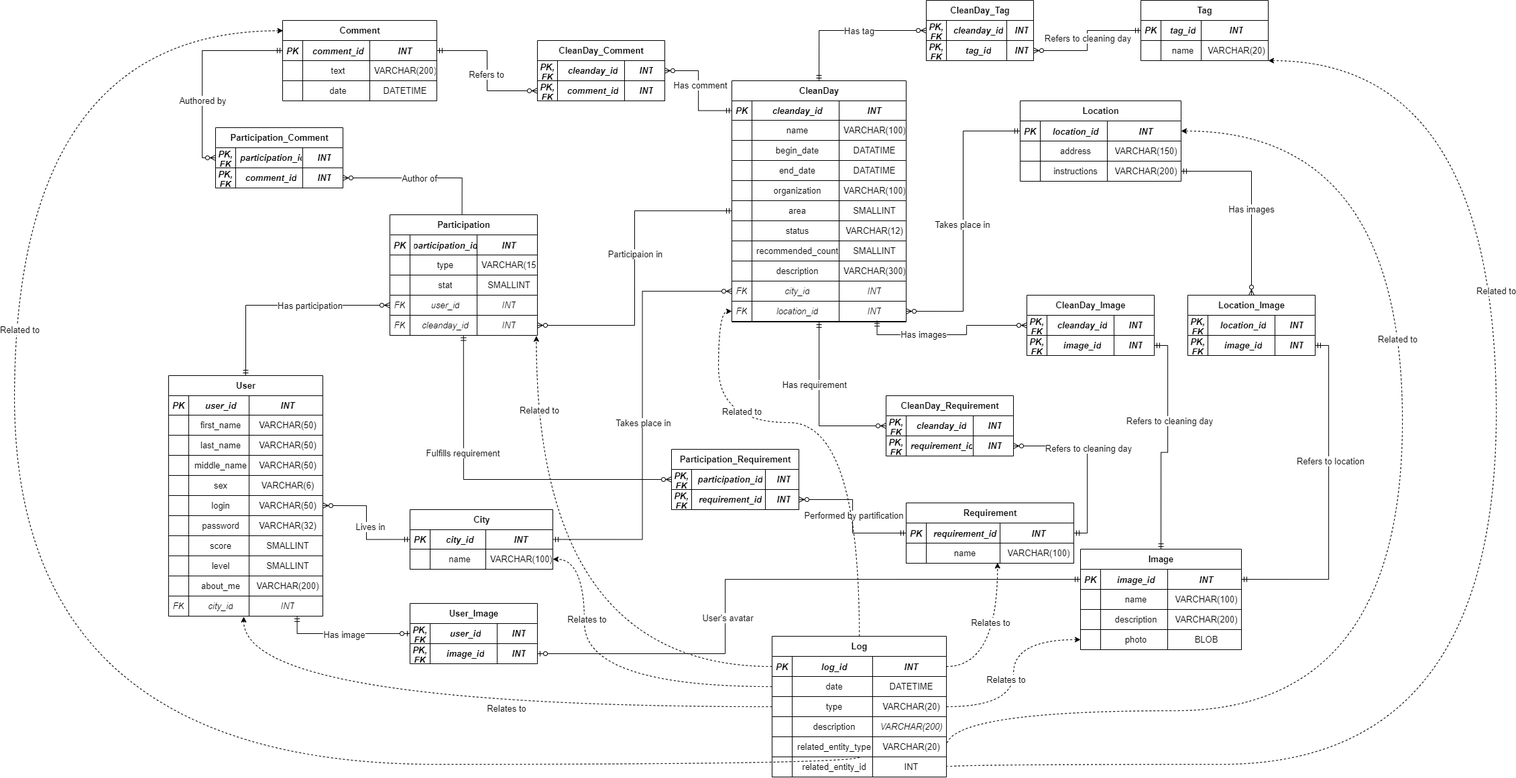
moevm/nosql1h25-cleanday keeps this draw.io diagram as db_model/sql_db_diagram.png. Above is the earlier version. Source tidied: cells renumbered, new cells last; positions are measured from the earlier drawing's top-left corner, leaving out a move shared by most shapes.
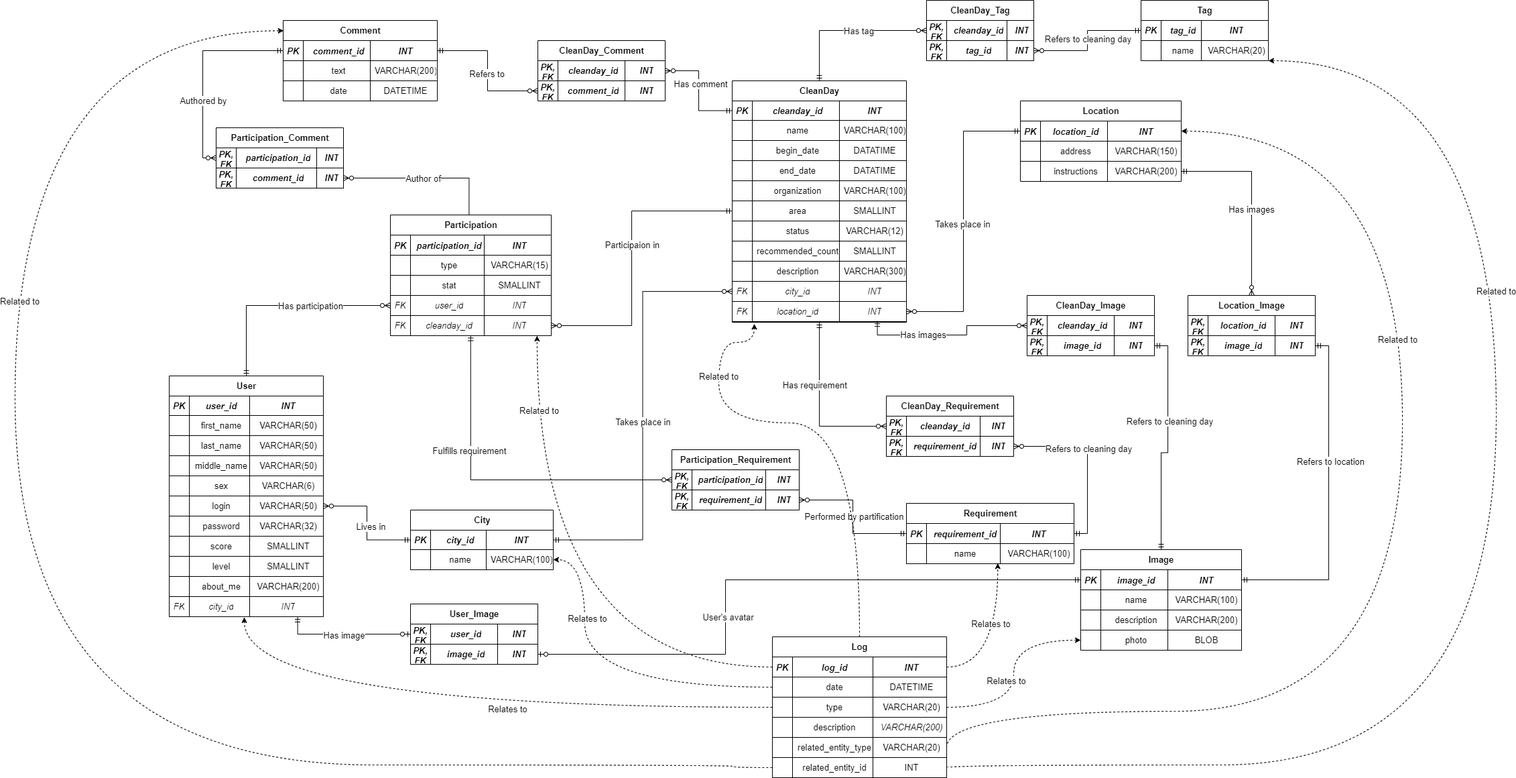
The same file after the commit.

Commit message:
fix(sql): visual fixes

Change to the diagram source:
```diff
@@ -168,67 +168,67 @@
       <mxGeometry x="-0.33" y="-2" relative="1" as="geometry" />
     </mxCell>
     <mxCell id="55" value="&lt;b style=&quot;font-size: 13px;&quot;&gt;&lt;font style=&quot;font-size: 13px;&quot;&gt;Participation&lt;/font&gt;&lt;/b&gt;" style="shape=table;startSize=30;rowLines=0;fontStyle=0;align=center;html=1;fontSize=13;" parent="1" vertex="1">
-      <mxGeometry x="560" y="320" width="220" height="180" as="geometry" />
+      <mxGeometry x="560" y="320" width="240" height="180" as="geometry" />
     </mxCell>
     <mxCell id="56" style="shape=tableRow;horizontal=0;startSize=0;swimlaneHead=0;swimlaneBody=0;fillColor=none;top=0;left=0;right=0;bottom=0;fontSize=13;" parent="55" vertex="1">
-      <mxGeometry y="30" width="220" height="30" as="geometry" />
+      <mxGeometry y="30" width="240" height="30" as="geometry" />
     </mxCell>
     <mxCell id="57" value="PK" style="shape=partialRectangle;fillColor=none;top=1;left=0;bottom=1;right=0;overflow=hidden;strokeWidth=1;fontStyle=3;fontSize=13;" parent="56" vertex="1">
       <mxGeometry width="30" height="30" as="geometry" />
     </mxCell>
     <mxCell id="58" value="participation_id" style="shape=partialRectangle;fillColor=none;top=1;left=0;bottom=1;right=0;align=center;spacingLeft=6;overflow=hidden;strokeWidth=1;fontStyle=3;fontSize=13;" parent="56" vertex="1">
-      <mxGeometry x="30" width="100" height="30" as="geometry" />
+      <mxGeometry x="30" width="110" height="30" as="geometry" />
     </mxCell>
     <mxCell id="59" value="INT" style="shape=partialRectangle;fillColor=none;top=1;left=0;bottom=1;right=0;align=center;spacingLeft=6;overflow=hidden;strokeWidth=1;fontStyle=3;fontSize=13;" parent="56" vertex="1">
-      <mxGeometry x="130" width="90" height="30" as="geometry" />
+      <mxGeometry x="140" width="100" height="30" as="geometry" />
     </mxCell>
     <mxCell id="60" style="shape=tableRow;horizontal=0;startSize=0;swimlaneHead=0;swimlaneBody=0;fillColor=none;top=0;left=0;right=0;bottom=1;fontSize=13;" parent="55" vertex="1">
-      <mxGeometry y="60" width="220" height="30" as="geometry" />
+      <mxGeometry y="60" width="240" height="30" as="geometry" />
     </mxCell>
     <mxCell id="61" style="shape=partialRectangle;fillColor=none;top=1;left=0;bottom=1;right=0;fontStyle=0;overflow=hidden;whiteSpace=wrap;html=1;strokeWidth=1;fontSize=13;" parent="60" vertex="1">
       <mxGeometry width="30" height="30" as="geometry" />
     </mxCell>
     <mxCell id="62" value="type" style="shape=partialRectangle;fillColor=none;top=1;left=0;bottom=1;right=0;align=center;spacingLeft=6;fontStyle=0;overflow=hidden;whiteSpace=wrap;html=1;strokeWidth=1;fontSize=13;" parent="60" vertex="1">
-      <mxGeometry x="30" width="100" height="30" as="geometry" />
+      <mxGeometry x="30" width="110" height="30" as="geometry" />
     </mxCell>
     <mxCell id="63" value="VARCHAR(15)" style="shape=partialRectangle;fillColor=none;top=1;left=0;bottom=1;right=0;align=center;spacingLeft=6;fontStyle=0;overflow=hidden;whiteSpace=wrap;html=1;strokeWidth=1;fontSize=13;" parent="60" vertex="1">
-      <mxGeometry x="130" width="90" height="30" as="geometry" />
+      <mxGeometry x="140" width="100" height="30" as="geometry" />
     </mxCell>
     <mxCell id="64" style="shape=tableRow;horizontal=0;startSize=0;swimlaneHead=0;swimlaneBody=0;fillColor=none;top=0;left=0;right=0;bottom=0;fontStyle=1;fontSize=13;" parent="55" vertex="1">
-      <mxGeometry y="90" width="220" height="30" as="geometry" />
+      <mxGeometry y="90" width="240" height="30" as="geometry" />
     </mxCell>
     <mxCell id="65" style="shape=partialRectangle;fillColor=none;top=0;left=0;bottom=0;right=0;overflow=hidden;whiteSpace=wrap;html=1;fontStyle=0;fontSize=13;" parent="64" vertex="1">
       <mxGeometry width="30" height="30" as="geometry" />
     </mxCell>
     <mxCell id="66" value="stat" style="shape=partialRectangle;fillColor=none;top=0;left=0;bottom=0;right=0;align=center;spacingLeft=6;overflow=hidden;whiteSpace=wrap;html=1;fontStyle=0;fontSize=13;" parent="64" vertex="1">
-      <mxGeometry x="30" width="100" height="30" as="geometry" />
+      <mxGeometry x="30" width="110" height="30" as="geometry" />
     </mxCell>
     <mxCell id="67" value="SMALLINT" style="shape=partialRectangle;fillColor=none;top=0;left=0;bottom=0;right=0;align=center;spacingLeft=6;overflow=hidden;whiteSpace=wrap;html=1;fontStyle=0;fontSize=13;" parent="64" vertex="1">
-      <mxGeometry x="130" width="90" height="30" as="geometry" />
+      <mxGeometry x="140" width="100" height="30" as="geometry" />
     </mxCell>
     <mxCell id="68" style="shape=tableRow;horizontal=0;startSize=0;swimlaneHead=0;swimlaneBody=0;fillColor=none;points=[[0,0.5],[1,0.5]];portConstraint=eastwest;top=0;left=0;right=0;bottom=1;fontSize=13;" parent="55" vertex="1">
-      <mxGeometry y="120" width="220" height="30" as="geometry" />
+      <mxGeometry y="120" width="240" height="30" as="geometry" />
     </mxCell>
     <mxCell id="69" value="FK" style="shape=partialRectangle;fillColor=none;top=1;left=0;bottom=1;right=0;fontStyle=2;overflow=hidden;whiteSpace=wrap;html=1;strokeWidth=1;fontSize=13;" parent="68" vertex="1">
       <mxGeometry width="30" height="30" as="geometry" />
     </mxCell>
     <mxCell id="70" value="user_id" style="shape=partialRectangle;fillColor=none;top=1;left=0;bottom=1;right=0;align=center;spacingLeft=6;fontStyle=2;overflow=hidden;whiteSpace=wrap;html=1;strokeWidth=1;fontSize=13;" parent="68" vertex="1">
-      <mxGeometry x="30" width="100" height="30" as="geometry" />
+      <mxGeometry x="30" width="110" height="30" as="geometry" />
     </mxCell>
     <mxCell id="71" value="INT" style="shape=partialRectangle;fillColor=none;top=1;left=0;bottom=1;right=0;align=center;spacingLeft=6;fontStyle=2;overflow=hidden;whiteSpace=wrap;html=1;strokeWidth=1;fontSize=13;" parent="68" vertex="1">
-      <mxGeometry x="130" width="90" height="30" as="geometry" />
+      <mxGeometry x="140" width="100" height="30" as="geometry" />
     </mxCell>
     <mxCell id="72" style="shape=tableRow;horizontal=0;startSize=0;swimlaneHead=0;swimlaneBody=0;fillColor=none;points=[[0,0.5],[1,0.5]];portConstraint=eastwest;top=0;left=0;right=0;bottom=1;fontSize=13;" parent="55" vertex="1">
-      <mxGeometry y="150" width="220" height="30" as="geometry" />
+      <mxGeometry y="150" width="240" height="30" as="geometry" />
     </mxCell>
     <mxCell id="73" value="FK" style="shape=partialRectangle;fillColor=none;top=1;left=0;bottom=1;right=0;fontStyle=2;overflow=hidden;whiteSpace=wrap;html=1;strokeWidth=1;fontSize=13;" parent="72" vertex="1">
       <mxGeometry width="30" height="30" as="geometry" />
     </mxCell>
     <mxCell id="74" value="cleanday_id" style="shape=partialRectangle;fillColor=none;top=1;left=0;bottom=1;right=0;align=center;spacingLeft=6;fontStyle=2;overflow=hidden;whiteSpace=wrap;html=1;strokeWidth=1;fontSize=13;" parent="72" vertex="1">
-      <mxGeometry x="30" width="100" height="30" as="geometry" />
+      <mxGeometry x="30" width="110" height="30" as="geometry" />
     </mxCell>
     <mxCell id="75" value="INT" style="shape=partialRectangle;fillColor=none;top=1;left=0;bottom=1;right=0;align=center;spacingLeft=6;fontStyle=2;overflow=hidden;whiteSpace=wrap;html=1;strokeWidth=1;fontSize=13;" parent="72" vertex="1">
-      <mxGeometry x="130" width="90" height="30" as="geometry" />
+      <mxGeometry x="140" width="100" height="30" as="geometry" />
     </mxCell>
     <mxCell id="76" value="&lt;span style=&quot;font-size: 13px;&quot;&gt;&lt;font style=&quot;font-size: 13px;&quot;&gt;Participation_Requirement&lt;/font&gt;&lt;/span&gt;" style="shape=table;startSize=30;rowLines=0;fontStyle=1;align=center;html=1;fontSize=13;" parent="1" vertex="1">
       <mxGeometry x="980" y="670" width="190" height="90" as="geometry" />
@@ -587,10 +587,10 @@
       <mxGeometry width="30" height="30" as="geometry" />
     </mxCell>
     <mxCell id="194" value="cleanday_id" style="shape=partialRectangle;fillColor=none;top=1;left=0;bottom=1;right=0;align=center;spacingLeft=6;fontStyle=3;overflow=hidden;whiteSpace=wrap;html=1;strokeWidth=1;fontSize=13;" parent="192" vertex="1">
-      <mxGeometry x="30" width="100" height="30" as="geometry" />
+      <mxGeometry x="30" width="110" height="30" as="geometry" />
     </mxCell>
     <mxCell id="195" value="INT" style="shape=partialRectangle;fillColor=none;top=1;left=0;bottom=1;right=0;align=center;spacingLeft=6;fontStyle=3;overflow=hidden;whiteSpace=wrap;html=1;strokeWidth=1;fontSize=13;" parent="192" vertex="1">
-      <mxGeometry x="130" width="60" height="30" as="geometry" />
+      <mxGeometry x="140" width="50" height="30" as="geometry" />
     </mxCell>
     <mxCell id="196" style="shape=tableRow;horizontal=0;startSize=0;swimlaneHead=0;swimlaneBody=0;fillColor=none;points=[[0,0.5],[1,0.5]];portConstraint=eastwest;top=0;left=0;right=0;bottom=1;fontSize=13;" parent="191" vertex="1">
       <mxGeometry y="60" width="190" height="30" as="geometry" />
@@ -599,10 +599,10 @@
       <mxGeometry width="30" height="30" as="geometry" />
     </mxCell>
     <mxCell id="198" value="requirement_id" style="shape=partialRectangle;fillColor=none;top=1;left=0;bottom=1;right=0;align=center;spacingLeft=6;fontStyle=3;overflow=hidden;whiteSpace=wrap;html=1;strokeWidth=1;fontSize=13;" parent="196" vertex="1">
-      <mxGeometry x="30" width="100" height="30" as="geometry" />
+      <mxGeometry x="30" width="110" height="30" as="geometry" />
     </mxCell>
     <mxCell id="199" value="INT" style="shape=partialRectangle;fillColor=none;top=1;left=0;bottom=1;right=0;align=center;spacingLeft=6;fontStyle=3;overflow=hidden;whiteSpace=wrap;html=1;strokeWidth=1;fontSize=13;" parent="196" vertex="1">
-      <mxGeometry x="130" width="60" height="30" as="geometry" />
+      <mxGeometry x="140" width="50" height="30" as="geometry" />
     </mxCell>
     <mxCell id="200" style="edgeStyle=orthogonalEdgeStyle;rounded=0;jettySize=auto;html=1;entryX=1;entryY=0.5;entryDx=0;entryDy=0;fontFamily=Helvetica;fontSize=13;fontColor=default;exitX=1;exitY=0.5;exitDx=0;exitDy=0;endArrow=ERmandOne;endFill=0;startArrow=ERzeroToMany;startFill=0;" parent="1" edge="1" source="196" target="86">
       <mxGeometry relative="1" as="geometry" />
@@ -659,10 +659,10 @@
       <mxGeometry width="30" height="30" as="geometry" />
     </mxCell>
     <mxCell id="218" value="&lt;span style=&quot;text-wrap: nowrap; font-size: 13px;&quot;&gt;participation_id&lt;/span&gt;" style="shape=partialRectangle;fillColor=none;top=1;left=0;bottom=1;right=0;align=center;spacingLeft=6;fontStyle=3;overflow=hidden;whiteSpace=wrap;html=1;strokeWidth=1;fontSize=13;" parent="216" vertex="1">
-      <mxGeometry x="30" width="100" height="30" as="geometry" />
+      <mxGeometry x="30" width="120" height="30" as="geometry" />
     </mxCell>
     <mxCell id="219" value="INT" style="shape=partialRectangle;fillColor=none;top=1;left=0;bottom=1;right=0;align=center;spacingLeft=6;fontStyle=3;overflow=hidden;whiteSpace=wrap;html=1;strokeWidth=1;fontSize=13;" parent="216" vertex="1">
-      <mxGeometry x="130" width="60" height="30" as="geometry" />
+      <mxGeometry x="150" width="40" height="30" as="geometry" />
     </mxCell>
     <mxCell id="220" style="shape=tableRow;horizontal=0;startSize=0;swimlaneHead=0;swimlaneBody=0;fillColor=none;points=[[0,0.5],[1,0.5]];portConstraint=eastwest;top=0;left=0;right=0;bottom=1;fontSize=13;" parent="215" vertex="1">
       <mxGeometry y="60" width="190" height="30" as="geometry" />
@@ -671,10 +671,10 @@
       <mxGeometry width="30" height="30" as="geometry" />
     </mxCell>
     <mxCell id="222" value="comment_id" style="shape=partialRectangle;fillColor=none;top=1;left=0;bottom=1;right=0;align=center;spacingLeft=6;fontStyle=3;overflow=hidden;whiteSpace=wrap;html=1;strokeWidth=1;fontSize=13;" parent="220" vertex="1">
-      <mxGeometry x="30" width="100" height="30" as="geometry" />
+      <mxGeometry x="30" width="120" height="30" as="geometry" />
     </mxCell>
     <mxCell id="223" value="INT" style="shape=partialRectangle;fillColor=none;top=1;left=0;bottom=1;right=0;align=center;spacingLeft=6;fontStyle=3;overflow=hidden;whiteSpace=wrap;html=1;strokeWidth=1;fontSize=13;" parent="220" vertex="1">
-      <mxGeometry x="130" width="60" height="30" as="geometry" />
+      <mxGeometry x="150" width="40" height="30" as="geometry" />
     </mxCell>
     <mxCell id="224" value="&lt;span style=&quot;font-size: 13px;&quot;&gt;&lt;font style=&quot;font-size: 13px;&quot;&gt;CleanDay_Comment&lt;/font&gt;&lt;/span&gt;" style="shape=table;startSize=30;rowLines=0;fontStyle=1;align=center;html=1;fontSize=13;" parent="1" vertex="1">
       <mxGeometry x="780" y="60" width="190" height="90" as="geometry" />
@@ -790,17 +790,20 @@
     <mxCell id="257" value="Related to" style="edgeLabel;html=1;align=center;verticalAlign=middle;fontSize=13;" parent="256" vertex="1">
       <mxGeometry x="0.34" y="8" relative="1" as="geometry" />
     </mxCell>
-    <mxCell id="258" style="edgeStyle=orthogonalEdgeStyle;rounded=0;jettySize=auto;html=1;entryX=0;entryY=0.5;entryDx=0;entryDy=0;dashed=1;curved=1;" parent="1" edge="1" source="260" target="139">
+    <mxCell id="258" style="edgeStyle=orthogonalEdgeStyle;rounded=0;jettySize=auto;html=1;entryX=0.127;entryY=1.111;entryDx=0;entryDy=0;dashed=1;curved=1;entryPerimeter=0;" parent="1" edge="1" source="260" target="139">
       <mxGeometry relative="1" as="geometry">
         <Array as="points">
           <mxPoint x="1260" y="630" />
           <mxPoint x="1050" y="630" />
-          <mxPoint x="1050" y="464" />
+          <mxPoint x="1050" y="510" />
+          <mxPoint x="1103" y="510" />
         </Array>
       </mxGeometry>
     </mxCell>
     <mxCell id="259" value="&lt;font style=&quot;font-size: 13px;&quot;&gt;Related to&lt;/font&gt;" style="edgeLabel;html=1;align=center;verticalAlign=middle;" parent="258" vertex="1">
-      <mxGeometry x="0.38" y="-17" relative="1" as="geometry" />
+      <mxGeometry x="0.38" y="-17" relative="1" as="geometry">
+        <mxPoint x="-24" y="-53" as="offset" />
+      </mxGeometry>
     </mxCell>
     <mxCell id="260" value="&lt;b style=&quot;font-size: 13px;&quot;&gt;&lt;font style=&quot;font-size: 13px;&quot;&gt;Log&lt;/font&gt;&lt;/b&gt;" style="shape=table;startSize=30;rowLines=0;fontStyle=0;align=center;html=1;fontSize=13;" parent="1" vertex="1">
       <mxGeometry x="1130" y="949" width="260" height="210" as="geometry" />
@@ -878,7 +881,12 @@
       <mxGeometry x="150" width="110" height="30" as="geometry" />
     </mxCell>
     <mxCell id="285" style="edgeStyle=orthogonalEdgeStyle;rounded=0;jettySize=auto;html=1;fontFamily=Helvetica;fontSize=13;fontColor=default;endArrow=ERzeroToMany;endFill=0;startArrow=ERmandOne;startFill=0;" parent="1" edge="1" source="119" target="72">
-      <mxGeometry relative="1" as="geometry" />
+      <mxGeometry relative="1" as="geometry">
+        <Array as="points">
+          <mxPoint x="920" y="314" />
+          <mxPoint x="920" y="485" />
+        </Array>
+      </mxGeometry>
     </mxCell>
     <mxCell id="286" value="Participaion in" style="edgeLabel;html=1;align=center;verticalAlign=middle;strokeColor=default;fontFamily=Helvetica;fontSize=13;fontColor=default;fillColor=none;" parent="285" vertex="1">
       <mxGeometry x="-0.09" relative="1" as="geometry" />
@@ -904,7 +912,7 @@
         <mxPoint y="-1" as="offset" />
       </mxGeometry>
     </mxCell>
-    <mxCell id="292" style="edgeStyle=orthogonalEdgeStyle;rounded=0;jettySize=auto;html=1;entryX=0.993;entryY=1.028;entryDx=0;entryDy=0;curved=1;dashed=1;entryPerimeter=0;fontSize=13;" parent="1" edge="1" source="261" target="72">
+    <mxCell id="292" style="edgeStyle=orthogonalEdgeStyle;rounded=0;jettySize=auto;html=1;entryX=0.912;entryY=1.001;entryDx=0;entryDy=0;curved=1;dashed=1;entryPerimeter=0;fontSize=13;" parent="1" edge="1" source="261" target="72">
       <mxGeometry relative="1" as="geometry" />
     </mxCell>
     <mxCell id="293" value="Related to" style="edgeLabel;html=1;align=center;verticalAlign=middle;fontSize=13;" parent="292" vertex="1">
@@ -924,10 +932,11 @@
     <mxCell id="295" value="Related to" style="edgeLabel;html=1;align=center;verticalAlign=middle;fontSize=13;" parent="294" vertex="1">
       <mxGeometry x="0.38" y="1" relative="1" as="geometry" />
     </mxCell>
-    <mxCell id="296" style="edgeStyle=orthogonalEdgeStyle;rounded=0;jettySize=auto;html=1;entryX=0.003;entryY=0.128;entryDx=0;entryDy=0;entryPerimeter=0;curved=1;dashed=1;fontSize=13;" parent="1" edge="1" source="277" target="202">
+    <mxCell id="296" style="edgeStyle=orthogonalEdgeStyle;rounded=0;jettySize=auto;html=1;entryX=0.003;entryY=0.128;entryDx=0;entryDy=0;entryPerimeter=0;curved=1;dashed=1;fontSize=13;exitX=0;exitY=0.5;exitDx=0;exitDy=0;" parent="1" edge="1" source="281" target="202">
       <mxGeometry relative="1" as="geometry">
         <Array as="points">
-          <mxPoint x="1260" y="1140" />
+          <mxPoint x="1070" y="1144" />
+          <mxPoint x="1070" y="1140" />
           <mxPoint y="1140" />
           <mxPoint y="45" />
         </Array>
```
